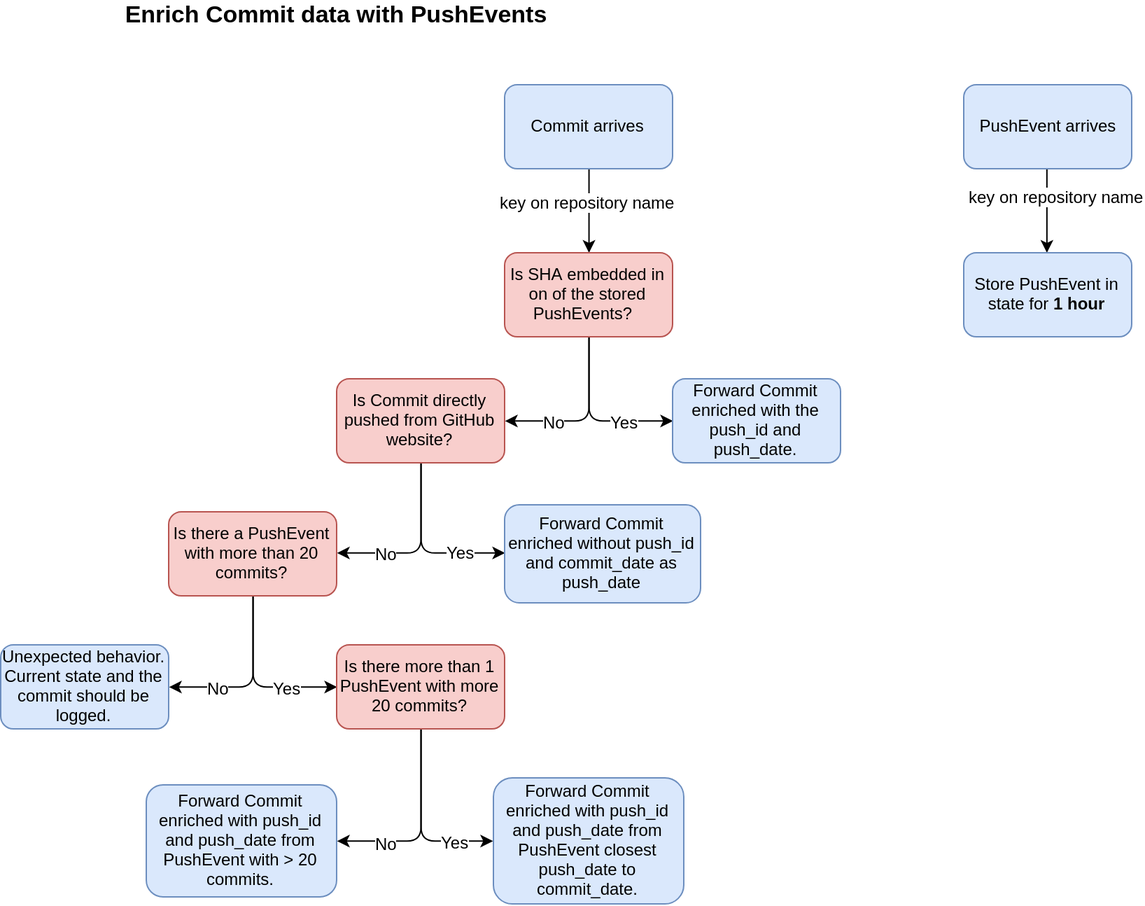
Before: flow_enrich.png, a diagram exported from draw.io (codefeedr/ghtorrent_mirror). Source tidied: cells renumbered, new cells last; positions are measured from the earlier drawing's top-left corner, leaving out a move shared by most shapes. The source it was exported from:
```xml
<mxGraphModel>
  <root>
    <mxCell id="0" />
    <mxCell id="1" parent="0" />
    <mxCell id="2" style="edgeStyle=orthogonalEdgeStyle;rounded=0;jettySize=auto;html=1;exitX=1;exitY=0.5;exitDx=0;exitDy=0;" parent="1" edge="1" source="4" target="5">
      <mxGeometry relative="1" as="geometry">
        <Array as="points">
          <mxPoint x="748" y="90" />
        </Array>
      </mxGeometry>
    </mxCell>
    <mxCell id="3" value="key on repository name" style="text;html=1;align=center;verticalAlign=middle;labelBackgroundColor=#ffffff;fontSize=12;" parent="2" vertex="1">
      <mxGeometry x="0.55" y="4" relative="1" as="geometry">
        <mxPoint x="2" y="-6.5" as="offset" />
      </mxGeometry>
    </mxCell>
    <mxCell id="4" value="PushEvent arrives" style="rounded=1;whiteSpace=wrap;html=1;fillColor=#dae8fc;strokeColor=#6c8ebf;" parent="1" vertex="1">
      <mxGeometry x="688" y="60" width="120" height="60" as="geometry" />
    </mxCell>
    <mxCell id="5" value="Store PushEvent in state for &lt;b&gt;1 hour&lt;/b&gt;" style="rounded=1;whiteSpace=wrap;html=1;fillColor=#dae8fc;strokeColor=#6c8ebf;" parent="1" vertex="1">
      <mxGeometry x="688" y="180" width="120" height="60" as="geometry" />
    </mxCell>
    <mxCell id="6" style="edgeStyle=orthogonalEdgeStyle;rounded=1;jettySize=auto;html=1;exitX=0.5;exitY=1;exitDx=0;exitDy=0;fontSize=12;" parent="1" edge="1" source="8" target="13">
      <mxGeometry relative="1" as="geometry" />
    </mxCell>
    <mxCell id="7" value="key on repository name" style="text;html=1;align=center;verticalAlign=middle;labelBackgroundColor=#ffffff;fontSize=12;" parent="6" vertex="1">
      <mxGeometry x="-0.01" y="-7" relative="1" as="geometry">
        <mxPoint x="5" y="-7" as="offset" />
      </mxGeometry>
    </mxCell>
    <mxCell id="8" value="Commit arrives" style="rounded=1;whiteSpace=wrap;html=1;fillColor=#dae8fc;strokeColor=#6c8ebf;" parent="1" vertex="1">
      <mxGeometry x="360" y="60" width="120" height="60" as="geometry" />
    </mxCell>
    <mxCell id="9" style="edgeStyle=orthogonalEdgeStyle;rounded=1;jettySize=auto;html=1;exitX=0.5;exitY=1;exitDx=0;exitDy=0;entryX=0;entryY=0.5;entryDx=0;entryDy=0;" parent="1" edge="1" source="13" target="14">
      <mxGeometry relative="1" as="geometry" />
    </mxCell>
    <mxCell id="10" value="Yes" style="text;html=1;align=center;verticalAlign=middle;labelBackgroundColor=#ffffff;" parent="9" vertex="1">
      <mxGeometry x="0.2" y="-2" relative="1" as="geometry">
        <mxPoint x="14" y="-2" as="offset" />
      </mxGeometry>
    </mxCell>
    <mxCell id="11" style="edgeStyle=orthogonalEdgeStyle;rounded=1;jettySize=auto;html=1;exitX=0.5;exitY=1;exitDx=0;exitDy=0;entryX=1;entryY=0.5;entryDx=0;entryDy=0;fontSize=12;" parent="1" edge="1" source="13" target="18">
      <mxGeometry relative="1" as="geometry">
        <Array as="points">
          <mxPoint x="420" y="300" />
        </Array>
      </mxGeometry>
    </mxCell>
    <mxCell id="12" value="No" style="text;html=1;align=center;verticalAlign=middle;labelBackgroundColor=#ffffff;fontSize=12;" parent="11" vertex="1">
      <mxGeometry x="-0.05" y="-20" relative="1" as="geometry">
        <mxPoint x="-6" y="2.5" as="offset" />
      </mxGeometry>
    </mxCell>
    <mxCell id="13" value="Is SHA embedded in on of the stored PushEvents?&amp;nbsp;&amp;nbsp;" style="rounded=1;whiteSpace=wrap;html=1;fillColor=#f8cecc;strokeColor=#b85450;" parent="1" vertex="1">
      <mxGeometry x="360" y="180" width="120" height="60" as="geometry" />
    </mxCell>
    <mxCell id="14" value="Forward Commit enriched with the push_id and push_date." style="rounded=1;whiteSpace=wrap;html=1;fillColor=#dae8fc;strokeColor=#6c8ebf;" parent="1" vertex="1">
      <mxGeometry x="480" y="270" width="120" height="60" as="geometry" />
    </mxCell>
    <mxCell id="15" style="edgeStyle=orthogonalEdgeStyle;rounded=1;jettySize=auto;html=1;exitX=0.5;exitY=1;exitDx=0;exitDy=0;entryX=0;entryY=0.5;entryDx=0;entryDy=0;fontSize=12;" parent="1" edge="1" source="18" target="19">
      <mxGeometry relative="1" as="geometry" />
    </mxCell>
    <mxCell id="16" style="edgeStyle=orthogonalEdgeStyle;rounded=1;jettySize=auto;html=1;exitX=0.5;exitY=1;exitDx=0;exitDy=0;entryX=1;entryY=0.5;entryDx=0;entryDy=0;fontSize=12;" parent="1" edge="1" source="18" target="25">
      <mxGeometry relative="1" as="geometry" />
    </mxCell>
    <mxCell id="17" value="No&lt;br&gt;" style="text;html=1;align=center;verticalAlign=middle;labelBackgroundColor=#ffffff;fontSize=12;" parent="16" vertex="1">
      <mxGeometry x="0.04" y="-19" relative="1" as="geometry">
        <mxPoint x="-26" y="18.5" as="offset" />
      </mxGeometry>
    </mxCell>
    <mxCell id="18" value="Is Commit directly pushed from GitHub website?" style="rounded=1;whiteSpace=wrap;html=1;fillColor=#f8cecc;strokeColor=#b85450;" parent="1" vertex="1">
      <mxGeometry x="240" y="270" width="120" height="60" as="geometry" />
    </mxCell>
    <mxCell id="19" value="Forward Commit enriched without push_id and commit_date as push_date" style="rounded=1;whiteSpace=wrap;html=1;fillColor=#dae8fc;strokeColor=#6c8ebf;" parent="1" vertex="1">
      <mxGeometry x="360" y="360" width="140" height="70" as="geometry" />
    </mxCell>
    <mxCell id="20" value="&lt;b style=&quot;font-size: 17px;&quot;&gt;&lt;font style=&quot;font-size: 17px;&quot;&gt;Enrich Commit data with PushEvents&lt;/font&gt;&lt;/b&gt;" style="text;html=1;strokeColor=none;fillColor=none;align=center;verticalAlign=middle;whiteSpace=wrap;rounded=0;fontSize=17;" parent="1" vertex="1">
      <mxGeometry x="72" width="336" height="20" as="geometry" />
    </mxCell>
    <mxCell id="21" style="edgeStyle=orthogonalEdgeStyle;rounded=1;jettySize=auto;html=1;exitX=0.5;exitY=1;exitDx=0;exitDy=0;entryX=1;entryY=0.5;entryDx=0;entryDy=0;fontSize=12;" parent="1" edge="1" source="25" target="26">
      <mxGeometry relative="1" as="geometry" />
    </mxCell>
    <mxCell id="22" value="No" style="text;html=1;align=center;verticalAlign=middle;labelBackgroundColor=#ffffff;fontSize=12;" parent="21" vertex="1">
      <mxGeometry x="0.04" y="-19" relative="1" as="geometry">
        <mxPoint x="-26" y="19" as="offset" />
      </mxGeometry>
    </mxCell>
    <mxCell id="23" style="edgeStyle=orthogonalEdgeStyle;rounded=1;jettySize=auto;html=1;exitX=0.5;exitY=1;exitDx=0;exitDy=0;fontSize=12;entryX=0;entryY=0.5;entryDx=0;entryDy=0;" parent="1" edge="1" source="25" target="32">
      <mxGeometry relative="1" as="geometry" />
    </mxCell>
    <mxCell id="24" value="Yes" style="text;html=1;align=center;verticalAlign=middle;labelBackgroundColor=#ffffff;fontSize=12;" parent="23" vertex="1">
      <mxGeometry x="0.67" y="1" relative="1" as="geometry">
        <mxPoint x="-15" y="1" as="offset" />
      </mxGeometry>
    </mxCell>
    <mxCell id="25" value="Is there a PushEvent with more than 20 commits?" style="rounded=1;whiteSpace=wrap;html=1;fillColor=#f8cecc;strokeColor=#b85450;" parent="1" vertex="1">
      <mxGeometry x="120" y="365" width="120" height="60" as="geometry" />
    </mxCell>
    <mxCell id="26" value="Unexpected behavior. Current state and the commit should be logged." style="rounded=1;whiteSpace=wrap;html=1;fillColor=#dae8fc;strokeColor=#6c8ebf;" parent="1" vertex="1">
      <mxGeometry y="460" width="120" height="60" as="geometry" />
    </mxCell>
    <mxCell id="27" value="Yes" style="text;html=1;align=center;verticalAlign=middle;labelBackgroundColor=#ffffff;" parent="1" vertex="1">
      <mxGeometry x="314" y="395.1" as="geometry">
        <mxPoint x="14" y="-2" as="offset" />
      </mxGeometry>
    </mxCell>
    <mxCell id="28" style="edgeStyle=orthogonalEdgeStyle;rounded=1;jettySize=auto;html=1;exitX=0.5;exitY=1;exitDx=0;exitDy=0;entryX=1;entryY=0.5;entryDx=0;entryDy=0;fontSize=12;" parent="1" edge="1" source="32" target="33">
      <mxGeometry relative="1" as="geometry" />
    </mxCell>
    <mxCell id="29" value="No" style="text;html=1;align=center;verticalAlign=middle;labelBackgroundColor=#ffffff;fontSize=12;" parent="28" vertex="1">
      <mxGeometry x="0.08" y="-20" relative="1" as="geometry">
        <mxPoint x="-6" y="5" as="offset" />
      </mxGeometry>
    </mxCell>
    <mxCell id="30" style="edgeStyle=orthogonalEdgeStyle;rounded=1;jettySize=auto;html=1;exitX=0.5;exitY=1;exitDx=0;exitDy=0;entryX=0;entryY=0.5;entryDx=0;entryDy=0;fontSize=12;" parent="1" edge="1" source="32" target="34">
      <mxGeometry relative="1" as="geometry" />
    </mxCell>
    <mxCell id="31" value="Yes" style="text;html=1;align=center;verticalAlign=middle;labelBackgroundColor=#ffffff;fontSize=12;" parent="30" vertex="1">
      <mxGeometry x="0.18" y="20" relative="1" as="geometry">
        <mxPoint x="4" y="2.5" as="offset" />
      </mxGeometry>
    </mxCell>
    <mxCell id="32" value="Is there more than 1 PushEvent with more 20 commits?" style="rounded=1;whiteSpace=wrap;html=1;fillColor=#f8cecc;strokeColor=#b85450;" parent="1" vertex="1">
      <mxGeometry x="240" y="460" width="120" height="60" as="geometry" />
    </mxCell>
    <mxCell id="33" value="Forward Commit enriched with push_id and push_date from PushEvent with &amp;gt; 20 commits." style="rounded=1;whiteSpace=wrap;html=1;fillColor=#dae8fc;strokeColor=#6c8ebf;" parent="1" vertex="1">
      <mxGeometry x="104" y="560" width="136" height="80" as="geometry" />
    </mxCell>
    <mxCell id="34" value="Forward Commit enriched with push_id and push_date from PushEvent closest push_date to commit_date." style="rounded=1;whiteSpace=wrap;html=1;fillColor=#dae8fc;strokeColor=#6c8ebf;" parent="1" vertex="1">
      <mxGeometry x="352" y="555" width="136" height="90" as="geometry" />
    </mxCell>
  </root>
</mxGraphModel>
```
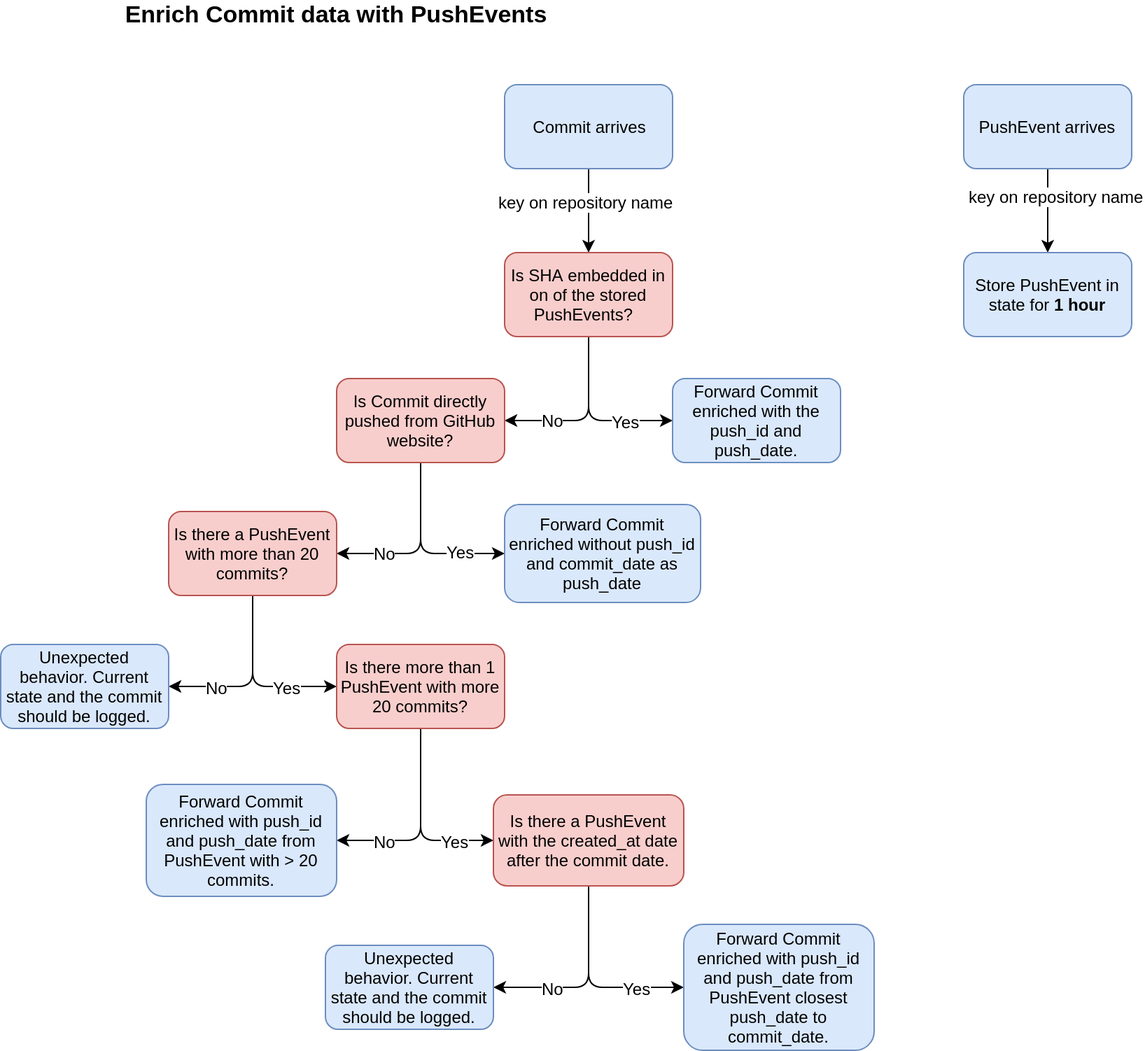
Above is the later version.

What changed in the source:
```diff
@@ -126,8 +126,30 @@
     <mxCell id="33" value="Forward Commit enriched with push_id and push_date from PushEvent with &amp;gt; 20 commits." style="rounded=1;whiteSpace=wrap;html=1;fillColor=#dae8fc;strokeColor=#6c8ebf;" parent="1" vertex="1">
       <mxGeometry x="104" y="560" width="136" height="80" as="geometry" />
     </mxCell>
+    <mxCell id="35" style="edgeStyle=orthogonalEdgeStyle;rounded=1;jettySize=auto;html=1;exitX=0.5;exitY=1;exitDx=0;exitDy=0;entryX=0;entryY=0.5;entryDx=0;entryDy=0;" parent="1" edge="1" source="34" target="39">
+      <mxGeometry relative="1" as="geometry" />
+    </mxCell>
+    <mxCell id="36" value="Yes" style="text;html=1;align=center;verticalAlign=middle;labelBackgroundColor=#ffffff;" parent="35" vertex="1">
+      <mxGeometry x="0.03" y="13" relative="1" as="geometry">
+        <mxPoint x="34" y="13" as="offset" />
+      </mxGeometry>
+    </mxCell>
+    <mxCell id="37" style="edgeStyle=orthogonalEdgeStyle;rounded=1;jettySize=auto;html=1;exitX=0.5;exitY=1;exitDx=0;exitDy=0;entryX=1;entryY=0.5;entryDx=0;entryDy=0;" parent="1" edge="1" source="34" target="40">
+      <mxGeometry relative="1" as="geometry" />
+    </mxCell>
+    <mxCell id="38" value="No" style="text;html=1;align=center;verticalAlign=middle;labelBackgroundColor=#ffffff;" parent="37" vertex="1">
+      <mxGeometry x="0.01" y="-22" relative="1" as="geometry">
+        <mxPoint x="-4" y="1" as="offset" />
+      </mxGeometry>
+    </mxCell>
-    <mxCell id="34" value="Forward Commit enriched with push_id and push_date from PushEvent closest push_date to commit_date." style="rounded=1;whiteSpace=wrap;html=1;fillColor=#dae8fc;strokeColor=#6c8ebf;" parent="1" vertex="1">
-      <mxGeometry x="352" y="555" width="136" height="90" as="geometry" />
+    <mxCell id="34" value="Is there a PushEvent with the created_at date after the commit date." style="rounded=1;whiteSpace=wrap;html=1;fillColor=#f8cecc;strokeColor=#b85450;" parent="1" vertex="1">
+      <mxGeometry x="352" y="567.5" width="136" height="65" as="geometry" />
     </mxCell>
+    <mxCell id="39" value="Forward Commit enriched with push_id and push_date from PushEvent closest push_date to commit_date." style="rounded=1;whiteSpace=wrap;html=1;fillColor=#dae8fc;strokeColor=#6c8ebf;" parent="1" vertex="1">
+      <mxGeometry x="488" y="660" width="136" height="90" as="geometry" />
+    </mxCell>
+    <mxCell id="40" value="Unexpected behavior. Current state and the commit should be logged." style="rounded=1;whiteSpace=wrap;html=1;fillColor=#dae8fc;strokeColor=#6c8ebf;" parent="1" vertex="1">
+      <mxGeometry x="232" y="675" width="120" height="60" as="geometry" />
+    </mxCell>
   </root>
 </mxGraphModel>
```
